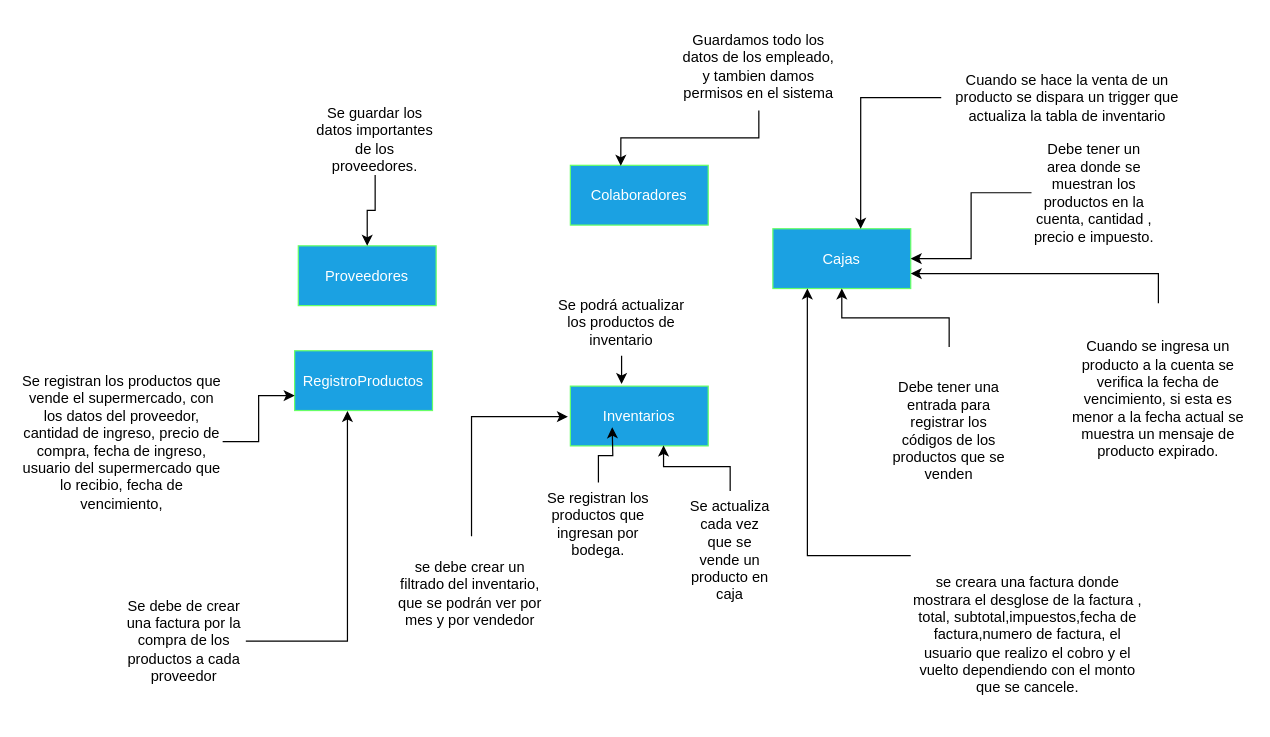
This is Etapa 01/modeloConceptual.drawio from DannyST89/Proyecto-Final, a draw.io file, before an edit. Source tidied: cells renumbered, new cells numbered last; positions are measured from the earlier drawing's top-left corner, leaving out a move shared by most shapes. Both pictures are drawn from the tidied source at 122%, with x=0, y=0 at pixel (21, 21).
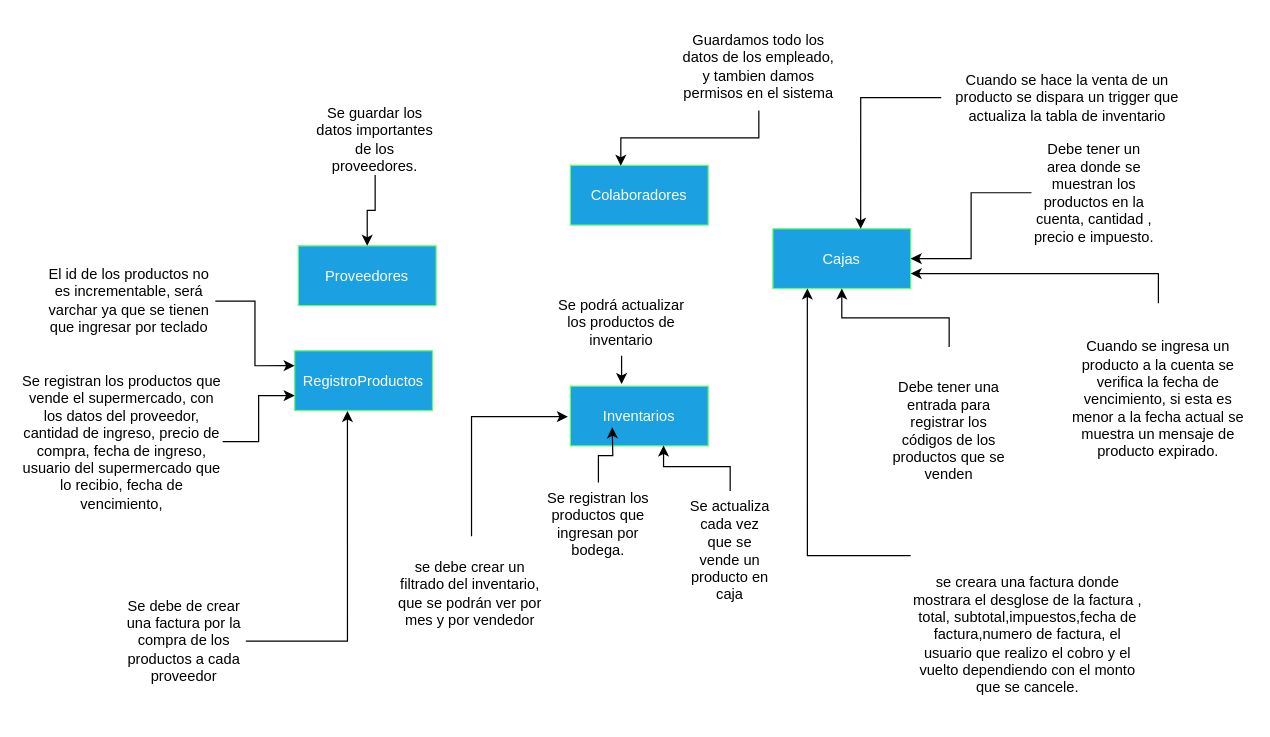
Above is the later version.

The change refers to these unchanged cells:
```xml
<mxCell id="3" value="RegistroProductos" style="rounded=0;whiteSpace=wrap;html=1;fillColor=#1ba1e2;strokeColor=#66FF66;fontColor=#ffffff;" parent="1" vertex="1">
  <mxGeometry x="224" y="270" width="113" height="49" as="geometry" />
</mxCell>
```

Change to the diagram source:
```diff
@@
+    <mxCell id="33" style="edgeStyle=orthogonalEdgeStyle;rounded=0;jettySize=auto;html=1;entryX=0;entryY=0.25;entryDx=0;entryDy=0;" parent="1" edge="1" source="34" target="3">
+      <mxGeometry relative="1" as="geometry" />
+    </mxCell>
+    <mxCell id="34" value="El id de los productos no es incrementable, será varchar ya que se tienen que ingresar por teclado" style="text;html=1;strokeColor=none;fillColor=none;align=center;verticalAlign=middle;whiteSpace=wrap;rounded=0;" parent="1" vertex="1">
+      <mxGeometry x="18" y="193.5" width="141" height="71.5" as="geometry" />
+    </mxCell>
```
